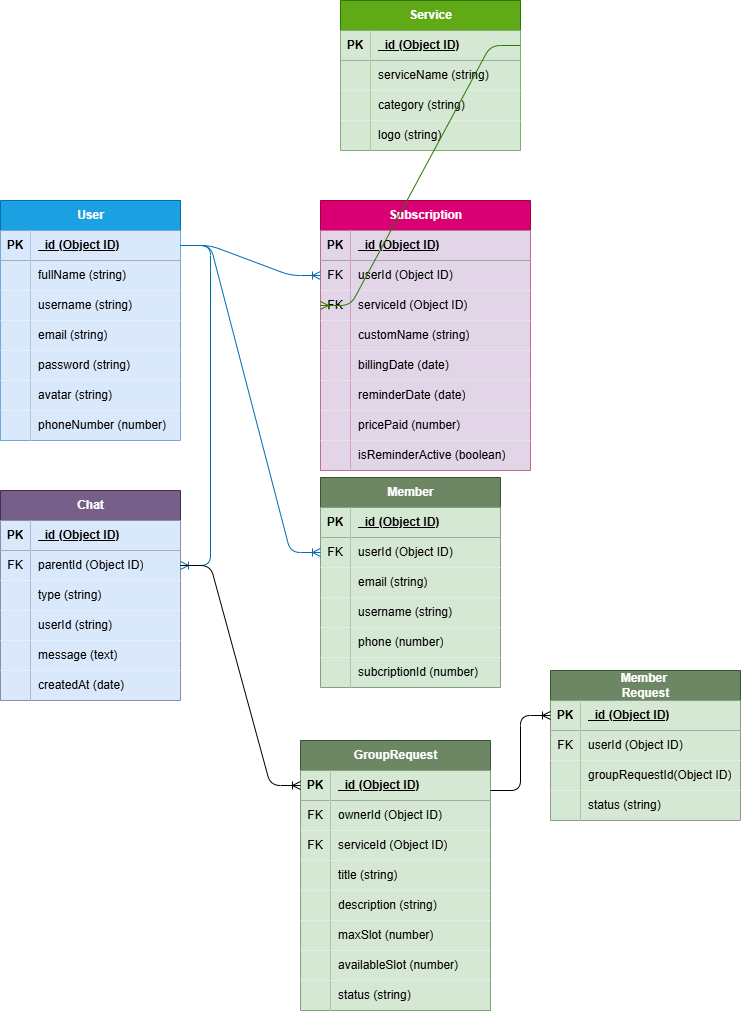
This is schema.drawio.png from abrariyudhan/FINAL_PROJECT, a draw.io export, as it was before one commit. Source tidied: cells renumbered, new cells last; positions are measured from the earlier drawing's top-left corner, leaving out a move shared by most shapes.
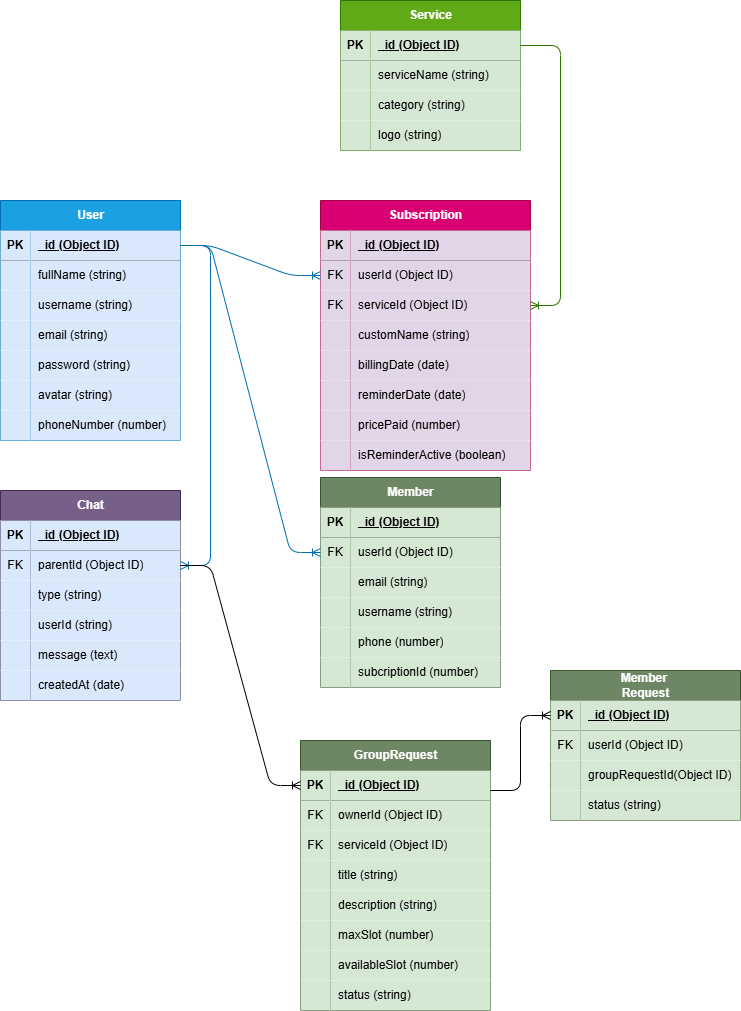
The same file after the commit.

Diff of the diagram source:
```diff
@@ -351,11 +351,11 @@
         </Array>
       </mxGeometry>
     </mxCell>
-    <mxCell id="115" style="edgeStyle=entityRelationEdgeStyle;fontSize=12;html=1;endArrow=ERoneToMany;entryX=0;entryY=0.5;entryDx=0;entryDy=0;fillColor=#60a917;strokeColor=#2D7600;exitX=1;exitY=0.5;exitDx=0;exitDy=0;" parent="1" edge="1" source="25" target="44">
+    <mxCell id="115" style="edgeStyle=entityRelationEdgeStyle;fontSize=12;html=1;endArrow=ERoneToMany;fillColor=#60a917;strokeColor=#2D7600;exitX=1;exitY=0.5;exitDx=0;exitDy=0;" parent="1" edge="1" source="25" target="44">
       <mxGeometry relative="1" as="geometry">
         <Array as="points">
-          <mxPoint x="180" y="310" />
-          <mxPoint x="330" y="180" />
+          <mxPoint x="510" y="310" />
+          <mxPoint x="660" y="180" />
         </Array>
       </mxGeometry>
     </mxCell>
```
